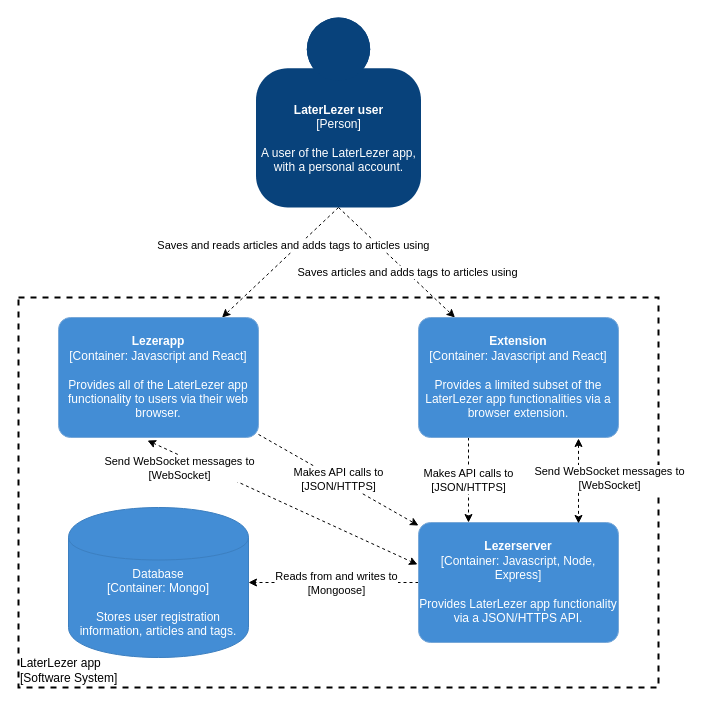
Earlier version of the draw.io diagram page "container-diagram" (2 of 7) of documents/c4model.drawio (Patrickroelofs/HANICA-DWA-Laterlezer). Source tidied: cells renumbered, new cells numbered last; positions are measured from the earlier drawing's top-left corner, leaving out a move shared by most shapes. Both pictures are drawn from the tidied source at 100%, with x=0, y=0 at pixel (18, 17).
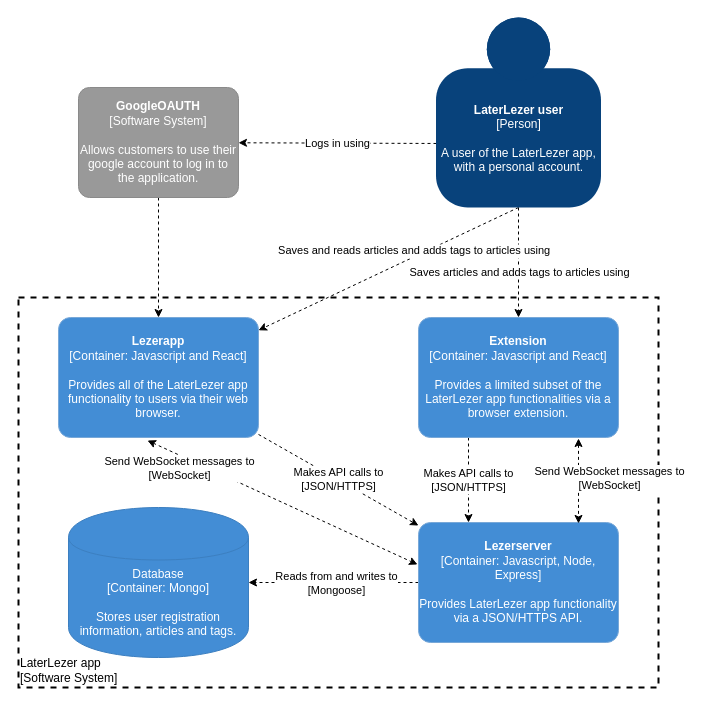
The same page after the edit.

Unchanged cells that the change refers to:
```xml
<object id="9" label="&lt;b&gt;%c4Name%&lt;/b&gt;&lt;div&gt;[%c4Type%: %c4Technology%]&lt;/div&gt;&lt;br&gt;&lt;div&gt;%c4Description%&lt;/div&gt;" c4Description="Provides all of the LaterLezer app functionality to users via their web browser." c4Name="Lezerapp" c4Technology="Javascript and React" c4Type="Container" placeholders="1">
  <mxCell style="rounded=1;whiteSpace=wrap;html=1;labelBackgroundColor=none;fontColor=#ffffff;align=center;arcSize=10;strokeColor=#78A8D8;metaData={&quot;c4Type&quot;:{&quot;editable&quot;:false}};points=[[0.25,0,0],[0.5,0,0],[0.75,0,0],[1,0.25,0],[1,0.5,0],[1,0.75,0],[0.75,1,0],[0.5,1,0],[0.25,1,0],[0,0.75,0],[0,0.5,0],[0,0.25,0]];fillColor=#438DD5;" parent="1" vertex="1">
    <mxGeometry x="40" y="300" width="200" height="120" as="geometry" />
  </mxCell>
</object>
```

Change to the diagram source:
```diff
@@
+    <mxCell id="20" value="Logs in using" style="edgeStyle=none;rounded=0;jettySize=auto;html=1;dashed=1;exitX=0.003;exitY=0.663;exitDx=0;exitDy=0;exitPerimeter=0;" parent="1" edge="1" source="6" target="22">
+      <mxGeometry relative="1" as="geometry" />
+    </mxCell>
     <object id="6" label="&lt;b&gt;%c4Name%&lt;/b&gt;&lt;div&gt;[%c4Type%]&lt;/div&gt;&lt;br&gt;&lt;div&gt;%c4Description%&lt;/div&gt;" c4Description="A user of the LaterLezer app, with a personal account." c4Name="LaterLezer user" c4Type="Person" placeholders="1">
       <mxCell style="html=1;dashed=0;whitespace=wrap;fillColor=#08427b;strokeColor=none;fontColor=#ffffff;shape=mxgraph.c4.person;align=center;points=[[0.5,0,0],[1,0.5,0],[1,0.75,0],[0.75,1,0],[0.5,1,0],[0.25,1,0],[0,0.75,0],[0,0.5,0]];metaData={&quot;c4Type&quot;:{&quot;editable&quot;:false}};whiteSpace=wrap;" parent="1" vertex="1">
-        <mxGeometry x="237.5" width="165" height="190" as="geometry" />
+        <mxGeometry x="417.5" width="165" height="190" as="geometry" />
       </mxCell>
     </object>
@@
+    <mxCell id="21" style="edgeStyle=none;rounded=0;jettySize=auto;html=1;dashed=1;" parent="1" edge="1" source="22" target="9">
+      <mxGeometry relative="1" as="geometry" />
+    </mxCell>
+    <object id="22" label="&lt;b&gt;%c4Name%&lt;/b&gt;&lt;div&gt;[%c4Type%]&lt;/div&gt;&lt;br&gt;&lt;div&gt;%c4Description%&lt;/div&gt;" c4Description="Allows customers to use their google account to log in to the application." c4Name="GoogleOAUTH" c4Type="Software System" placeholders="1">
+      <mxCell style="rounded=1;whiteSpace=wrap;html=1;labelBackgroundColor=none;fillColor=#999999;fontColor=#ffffff;align=center;arcSize=10;strokeColor=#8A8A8A;metaData={&quot;c4Type&quot;:{&quot;editable&quot;:false}};points=[[0.25,0,0],[0.5,0,0],[0.75,0,0],[1,0.25,0],[1,0.5,0],[1,0.75,0],[0.75,1,0],[0.5,1,0],[0.25,1,0],[0,0.75,0],[0,0.5,0],[0,0.25,0]];" parent="1" vertex="1">
+        <mxGeometry x="60" y="70" width="160" height="110" as="geometry" />
+      </mxCell>
+    </object>
```
